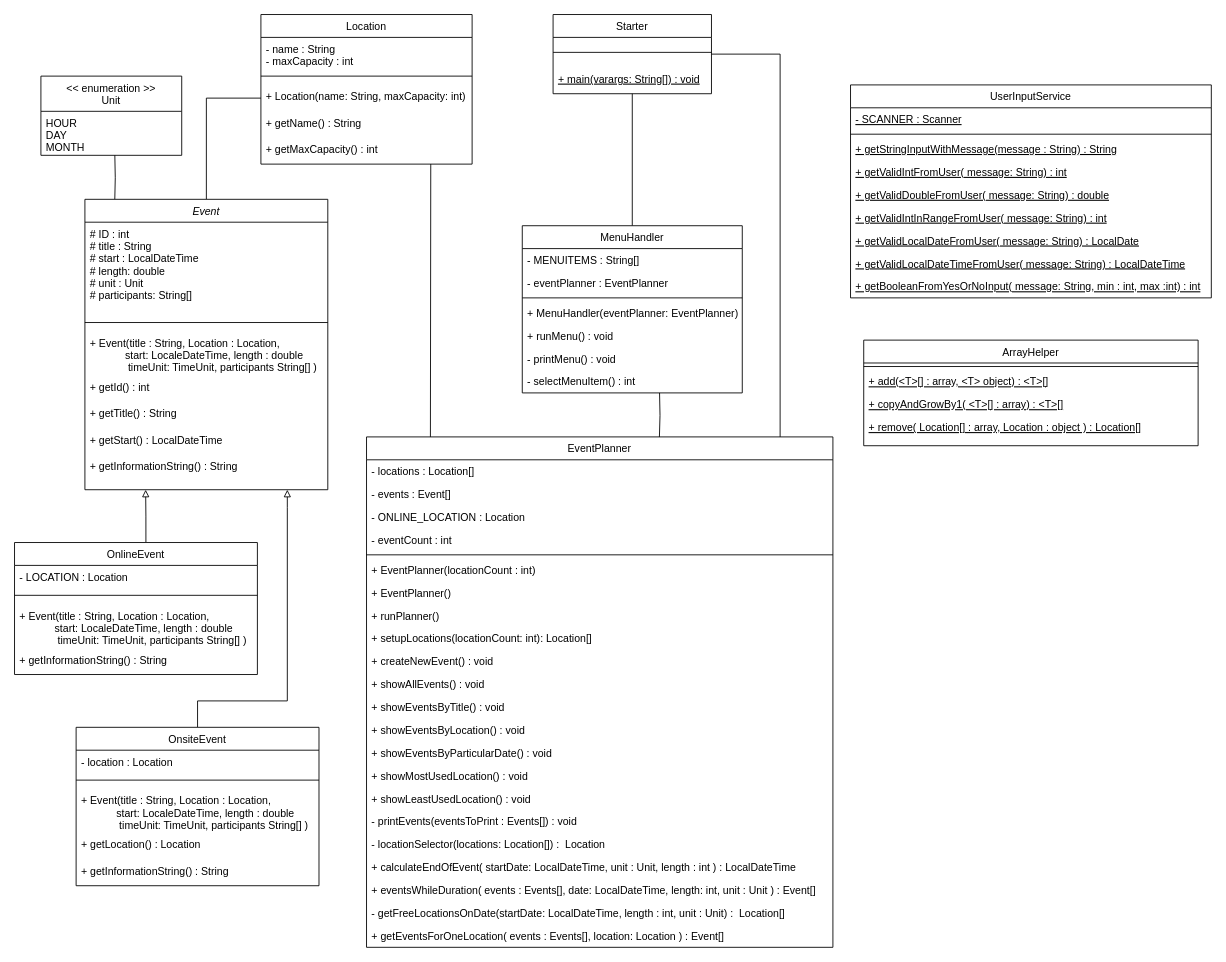
julix14/becker-co1-assignment-02 keeps this draw.io diagram as doc/UML.drawio. Above is the earlier version. Source tidied: cells renumbered, new cells numbered last; positions are measured from the earlier drawing's top-left corner, leaving out a move shared by most shapes. Both pictures are drawn from the tidied source at 88%, with x=0, y=0 at pixel (14, 14).
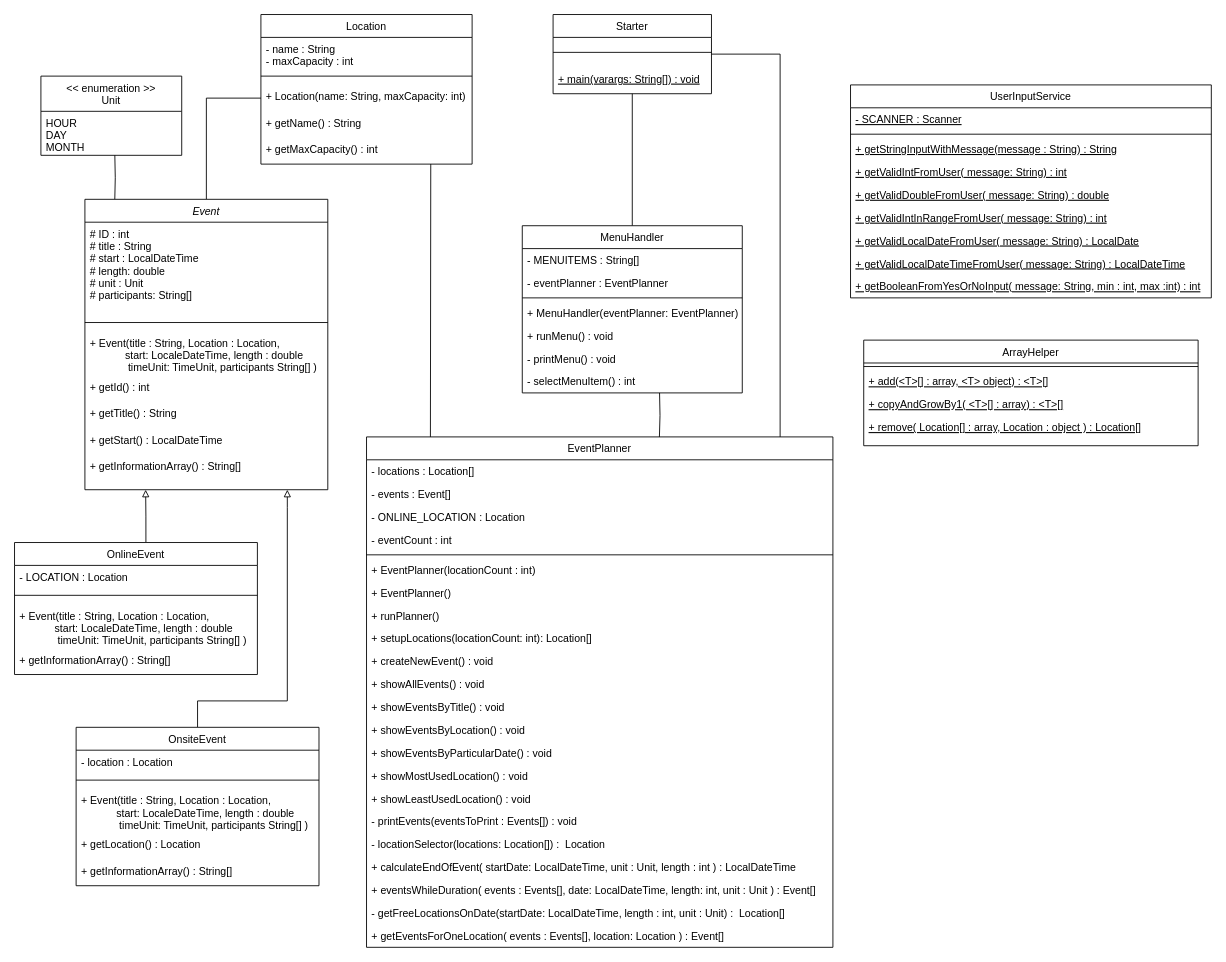
The same diagram, later.

Unchanged cells that the change refers to:
```xml
<mxCell id="35" value="Event" style="swimlane;fontStyle=2;align=center;verticalAlign=top;horizontal=1;startSize=26;rounded=0;shadow=0;strokeWidth=1;" parent="1" vertex="1">
  <mxGeometry x="80" y="210" width="276" height="330" as="geometry" />
</mxCell>
<mxCell id="58" value="OnsiteEvent" style="swimlane;fontStyle=0;align=center;verticalAlign=top;horizontal=1;startSize=26;rounded=0;shadow=0;strokeWidth=1;" parent="1" vertex="1">
  <mxGeometry x="70" y="810" width="276" height="180" as="geometry" />
</mxCell>
<mxCell id="65" value="OnlineEvent" style="swimlane;fontStyle=0;align=center;verticalAlign=top;horizontal=1;startSize=26;rounded=0;shadow=0;strokeWidth=1;" parent="1" vertex="1">
  <mxGeometry y="600" width="276" height="150" as="geometry" />
</mxCell>
```

Diff of the diagram source:
```diff
@@
-    <mxCell id="42" value="+ getInformationString() : String" style="text;align=left;verticalAlign=top;spacingLeft=4;spacingRight=4;overflow=hidden;" parent="35" vertex="1">
+    <mxCell id="42" value="+ getInformationArray() : String[]" style="text;align=left;verticalAlign=top;spacingLeft=4;spacingRight=4;overflow=hidden;" parent="35" vertex="1">
       <mxGeometry y="290" width="276" height="30" as="geometry" />
     </mxCell>
@@
-    <mxCell id="63" value="+ getInformationString() : String" style="text;align=left;verticalAlign=top;spacingLeft=4;spacingRight=4;overflow=hidden;" parent="58" vertex="1">
+    <mxCell id="63" value="+ getInformationArray() : String[]" style="text;align=left;verticalAlign=top;spacingLeft=4;spacingRight=4;overflow=hidden;" parent="58" vertex="1">
       <mxGeometry y="150" width="276" height="30" as="geometry" />
     </mxCell>
@@
-    <mxCell id="69" value="+ getInformationString() : String" style="text;align=left;verticalAlign=top;spacingLeft=4;spacingRight=4;overflow=hidden;" parent="65" vertex="1">
+    <mxCell id="69" value="+ getInformationArray() : String[]" style="text;align=left;verticalAlign=top;spacingLeft=4;spacingRight=4;overflow=hidden;" parent="65" vertex="1">
       <mxGeometry y="120" width="276" height="30" as="geometry" />
     </mxCell>
```
